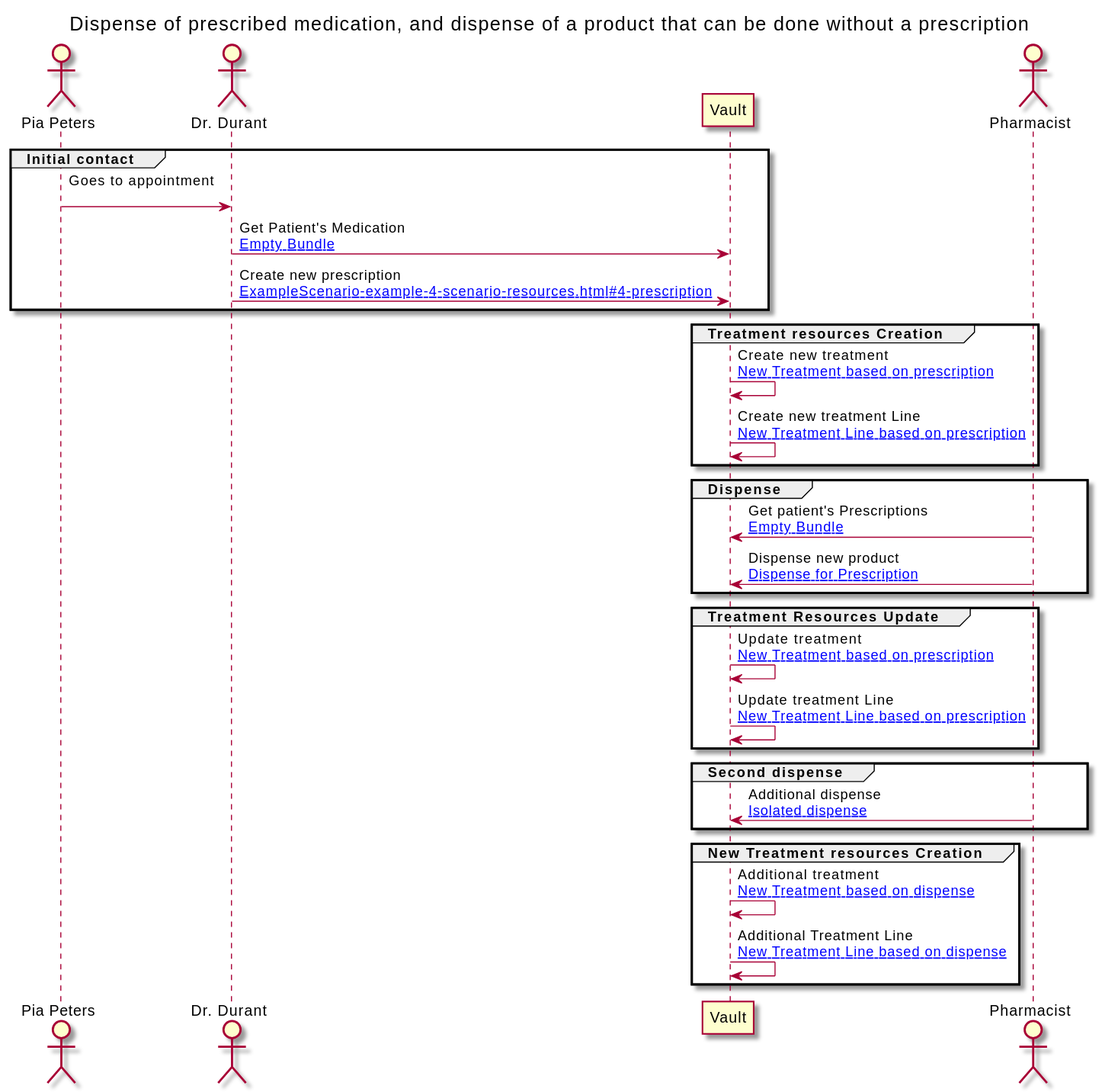
This is branches/master/ExampleScenario-example-4-scenario.svg from jcostateixeira/riziv-medication-record, a PlantUML export, as it was before one commit.
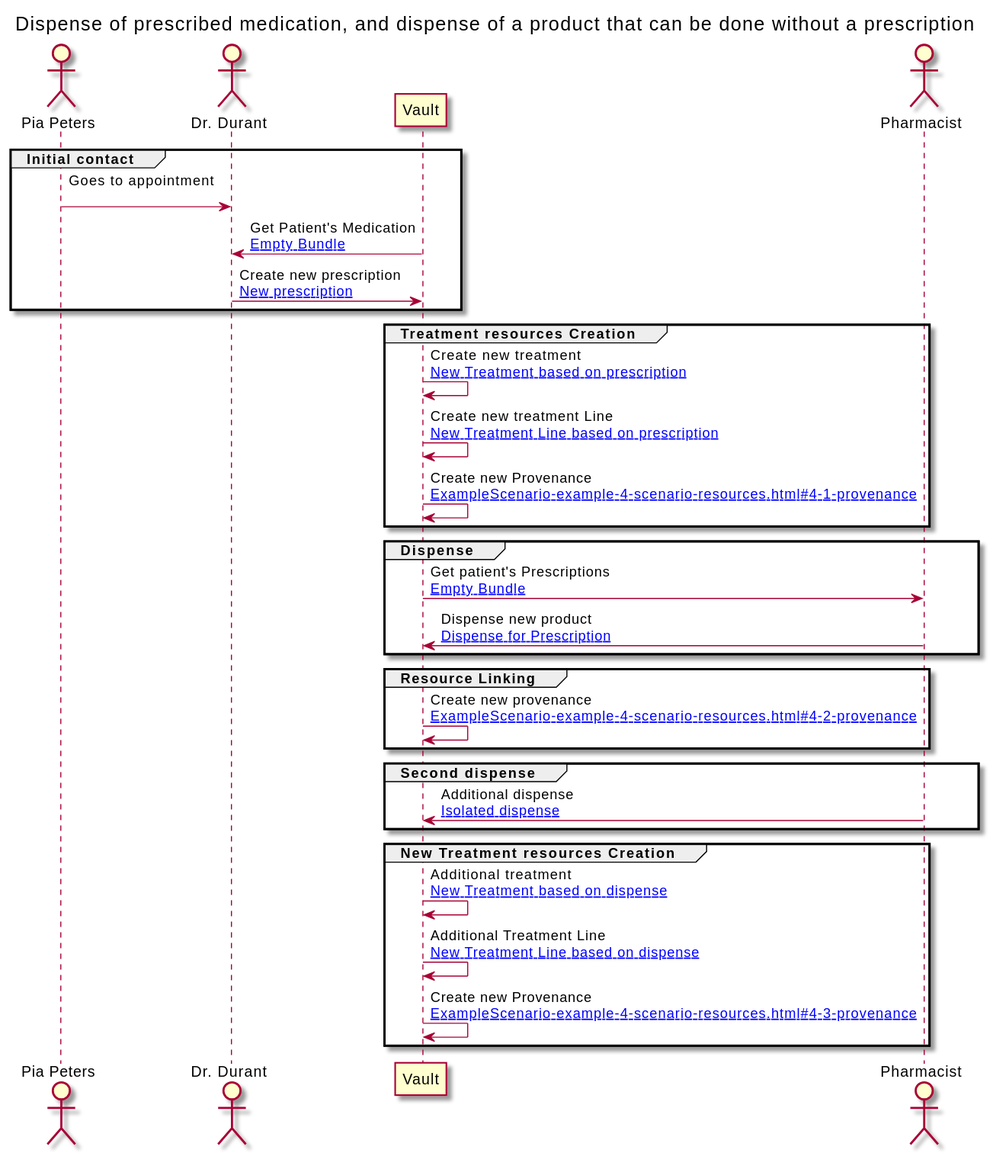
After the change.

The edit, as a diff of the source:
```diff
@@ -16,26 +16,26 @@
 group Initial contact
 
 PATIENT -> GP : Goes to appointment\n
-GP -> VAULT : Get Patient's Medication\n[[ExampleScenario-example-4-scenario-resources.html#EB Empty Bundle]]
-GP -> VAULT : Create new prescription\n[[ExampleScenario-example-4-scenario-resources.html#4-prescription ]]
+VAULT -> GP : Get Patient's Medication\n[[ExampleScenario-example-4-scenario-resources.html#EB Empty Bundle]]
+GP -> VAULT : Create new prescription\n[[ExampleScenario-example-4-scenario-resources.html#4-1-prescription New prescription]]
 end
 
 group Treatment resources Creation
 
 VAULT -> VAULT : Create new treatment\n[[ExampleScenario-example-4-scenario-resources.html#4-1-treatment New Treatment based on prescription]]
 VAULT -> VAULT : Create new treatment Line\n[[ExampleScenario-example-4-scenario-resources.html#4-1-treatmentLine New Treatment Line based on prescription]]
+VAULT -> VAULT : Create new Provenance\n[[ExampleScenario-example-4-scenario-resources.html#4-1-provenance ]]
 end
 
 group Dispense
 
-PHARM -> VAULT : Get patient's Prescriptions\n[[ExampleScenario-example-4-scenario-resources.html#EB Empty Bundle]]
+VAULT -> PHARM : Get patient's Prescriptions\n[[ExampleScenario-example-4-scenario-resources.html#EB Empty Bundle]]
 PHARM -> VAULT : Dispense new product\n[[ExampleScenario-example-4-scenario-resources.html#4-1-dispense Dispense for Prescription]]
 end
 
-group Treatment Resources Update
+group Resource Linking
 
-VAULT -> VAULT : Update treatment\n[[ExampleScenario-example-4-scenario-resources.html#4-1-treatment New Treatment based on prescription]]
-VAULT -> VAULT : Update treatment Line\n[[ExampleScenario-example-4-scenario-resources.html#4-1-treatmentLine New Treatment Line based on prescription]]
+VAULT -> VAULT : Create new provenance\n[[ExampleScenario-example-4-scenario-resources.html#4-2-provenance ]]
 end
 
 group Second dispense
@@ -47,6 +47,7 @@
 
 VAULT -> VAULT : Additional treatment\n[[ExampleScenario-example-4-scenario-resources.html#4-2-treatment New Treatment based on dispense]]
 VAULT -> VAULT : Additional Treatment Line\n[[ExampleScenario-example-4-scenario-resources.html#4-2-treatmentLine New Treatment Line based on dispense]]
+VAULT -> VAULT : Create new Provenance\n[[ExampleScenario-example-4-scenario-resources.html#4-3-provenance ]]
 end
 
 
```
